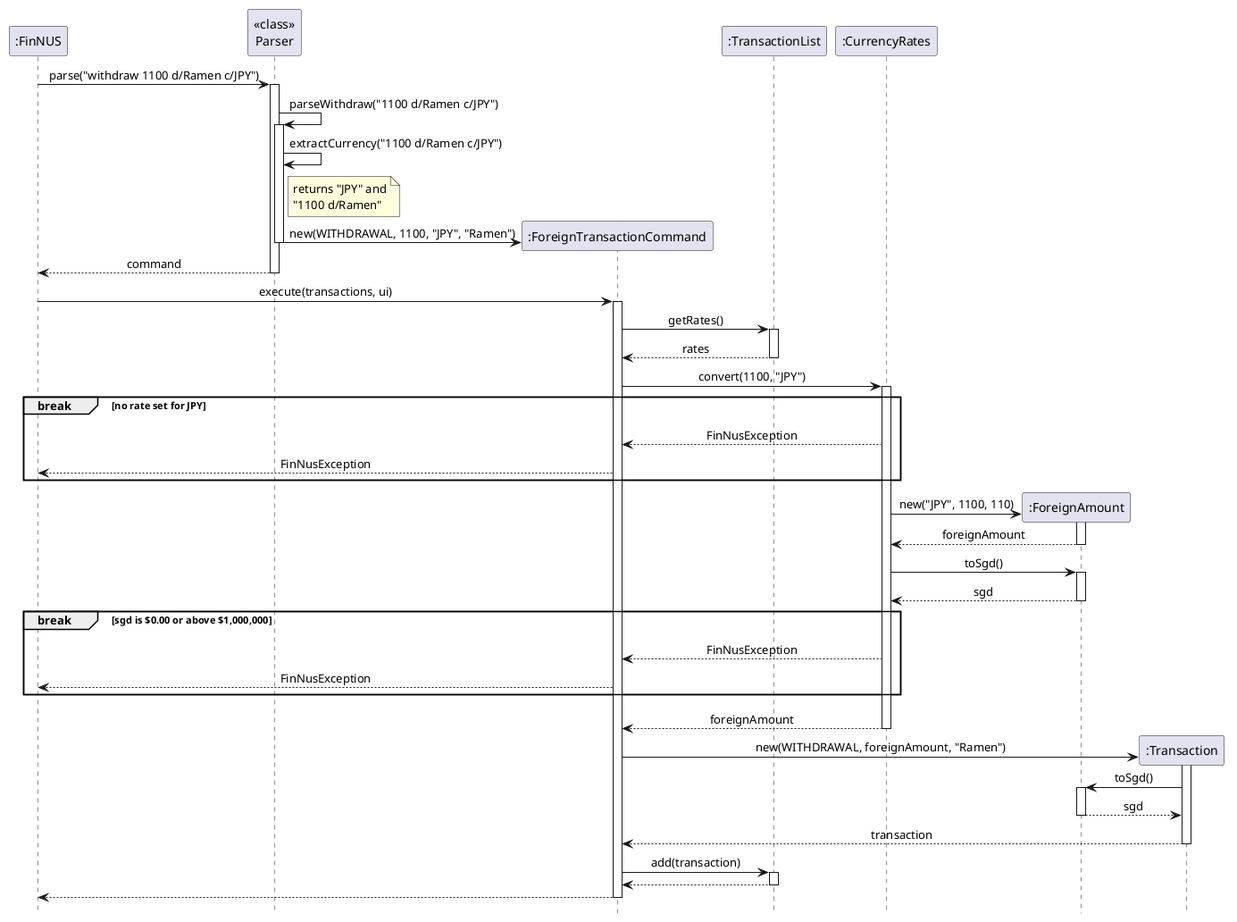
Earlier version of the PlantUML export docs/images/ForeignTransactionSequenceDiagram.png (AY2627S1-CS2113-W13-2/tp). The source it was exported from:
```plantuml
@startuml
hide footbox
skinparam shadowing false
skinparam sequenceMessageAlign center

participant ":FinNUS" as FinNUS
participant "<<class>>\nParser" as Parser
participant ":ForeignTransactionCommand" as Command
participant ":TransactionList" as TransactionList
participant ":CurrencyRates" as CurrencyRates
participant ":ForeignAmount" as ForeignAmount
participant ":Transaction" as Transaction

FinNUS -> Parser : parse("withdraw 1100 d/Ramen c/JPY")
activate Parser
Parser -> Parser : parseWithdraw("1100 d/Ramen c/JPY")
activate Parser
Parser -> Parser : extractCurrency("1100 d/Ramen c/JPY")
note right of Parser : returns "JPY" and\n"1100 d/Ramen"
create Command
Parser -> Command : new(WITHDRAWAL, 1100, "JPY", "Ramen")
deactivate Parser
Parser --> FinNUS : command
deactivate Parser

FinNUS -> Command : execute(transactions, ui)
activate Command
Command -> TransactionList : getRates()
activate TransactionList
TransactionList --> Command : rates
deactivate TransactionList

Command -> CurrencyRates : convert(1100, "JPY")
activate CurrencyRates

break no rate set for JPY
    CurrencyRates --> Command : FinNusException
    Command --> FinNUS : FinNusException
end

create ForeignAmount
CurrencyRates -> ForeignAmount : new("JPY", 1100, 110)
activate ForeignAmount
ForeignAmount --> CurrencyRates : foreignAmount
deactivate ForeignAmount
CurrencyRates -> ForeignAmount : toSgd()
activate ForeignAmount
ForeignAmount --> CurrencyRates : sgd
deactivate ForeignAmount

break sgd is $0.00 or above $1,000,000
    CurrencyRates --> Command : FinNusException
    Command --> FinNUS : FinNusException
end

CurrencyRates --> Command : foreignAmount
deactivate CurrencyRates

create Transaction
Command -> Transaction : new(WITHDRAWAL, foreignAmount, "Ramen")
activate Transaction
Transaction -> ForeignAmount : toSgd()
activate ForeignAmount
ForeignAmount --> Transaction : sgd
deactivate ForeignAmount
Transaction --> Command : transaction
deactivate Transaction

Command -> TransactionList : add(transaction)
activate TransactionList
TransactionList --> Command
deactivate TransactionList

Command --> FinNUS
deactivate Command
@enduml
```
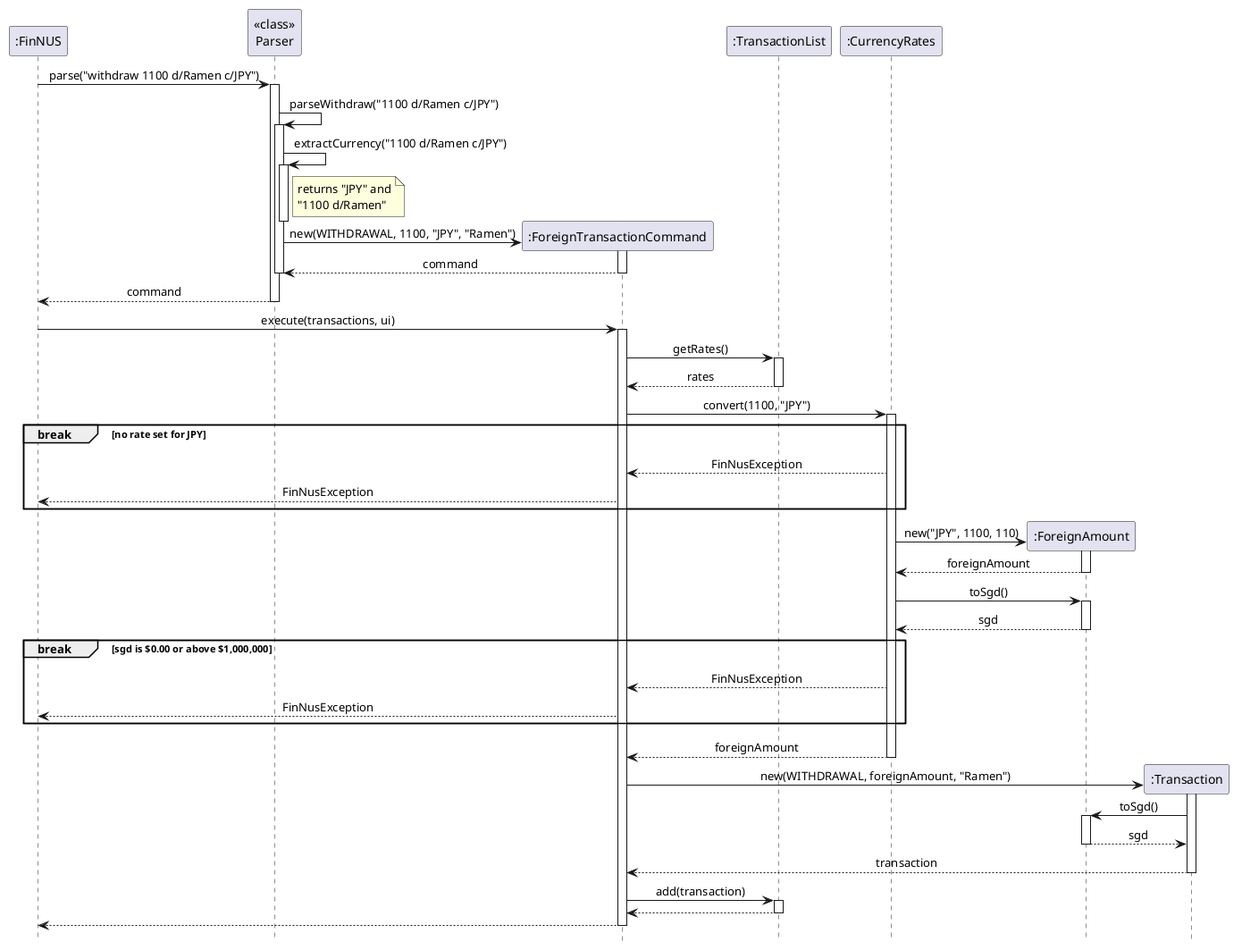
Above is the later version.

Commit message:
Make diagram arrows consistent and align DG steps with it

Every call now has an activation bar and return, and the DG lists the errors in diagram order.

Diff of the diagram source:
```diff
@@ -16,9 +16,14 @@
 Parser -> Parser : parseWithdraw("1100 d/Ramen c/JPY")
 activate Parser
 Parser -> Parser : extractCurrency("1100 d/Ramen c/JPY")
+activate Parser
 note right of Parser : returns "JPY" and\n"1100 d/Ramen"
+deactivate Parser
 create Command
 Parser -> Command : new(WITHDRAWAL, 1100, "JPY", "Ramen")
+activate Command
+Command --> Parser : command
+deactivate Command
 deactivate Parser
 Parser --> FinNUS : command
 deactivate Parser
```
